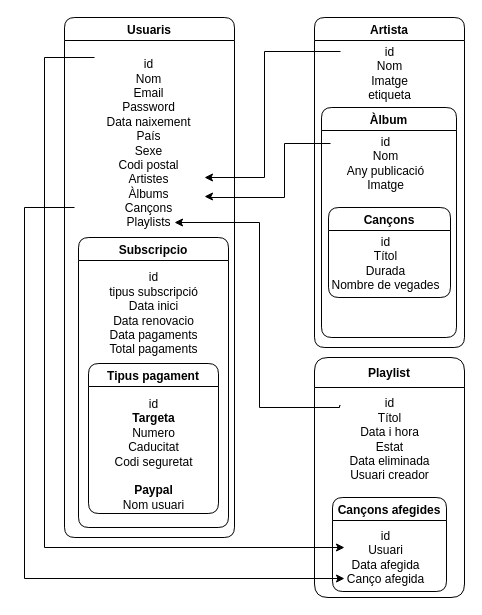
Above: NODE/SPRINT2/SPRINT 2.3/Spotify/spotify_francesc.drawio in fbages/ITACADEMY (draw.io), before the change. Source tidied: cells renumbered, new cells numbered last; positions are measured from the earlier drawing's top-left corner, leaving out a move shared by most shapes. Both pictures are drawn from the tidied source at 100%, with x=0, y=0 at pixel (24, 17).
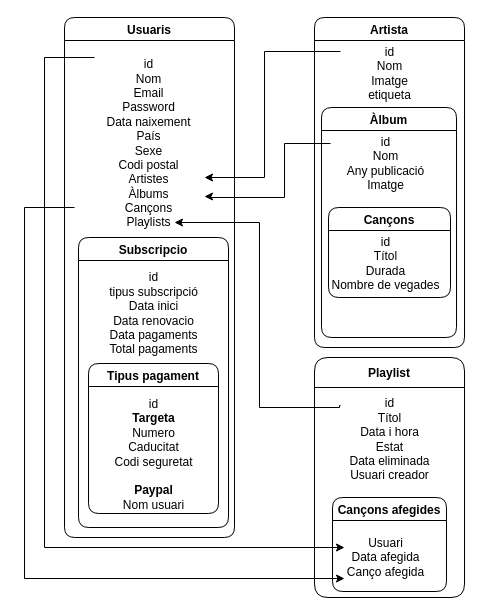
The same page after the edit.

Unchanged cells that the change refers to:
```xml
<mxCell id="21" value="Cançons afegides" style="swimlane;gradientColor=none;rounded=1;" parent="1" vertex="1">
  <mxGeometry x="308" y="480" width="114" height="94" as="geometry" />
</mxCell>
```

The edit, as a diff of the source:
```diff
@@
-    <mxCell id="22" value="id&lt;br&gt;Usuari&lt;br&gt;Data afegida&lt;br&gt;Canço afegida" style="text;align=center;verticalAlign=middle;strokeColor=none;fillColor=none;strokeWidth=1;labelBackgroundColor=default;labelBorderColor=none;spacingTop=2;spacingBottom=0;spacing=1;fontSize=12;horizontal=1;labelPosition=center;verticalLabelPosition=middle;flipV=0;flipH=0;rotation=0;html=1;" parent="21" vertex="1">
-      <mxGeometry x="8" y="24" width="90" height="70" as="geometry" />
+    <mxCell id="22" value="Usuari&lt;br&gt;Data afegida&lt;br&gt;Canço afegida" style="text;align=center;verticalAlign=middle;strokeColor=none;fillColor=none;strokeWidth=1;labelBackgroundColor=default;labelBorderColor=none;spacingTop=2;spacingBottom=0;spacing=1;fontSize=12;horizontal=1;labelPosition=center;verticalLabelPosition=middle;flipV=0;flipH=0;rotation=0;html=1;" parent="21" vertex="1">
+      <mxGeometry x="3" y="34" width="100" height="50" as="geometry" />
     </mxCell>
```
